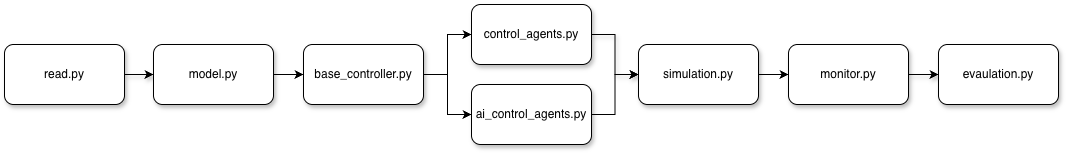
This is roadmap.png from arsiboo/production-flow-network-simulation, a draw.io export, as it was before one commit. Source tidied: cells renumbered, new cells last; positions are measured from the earlier drawing's top-left corner, leaving out a move shared by most shapes.
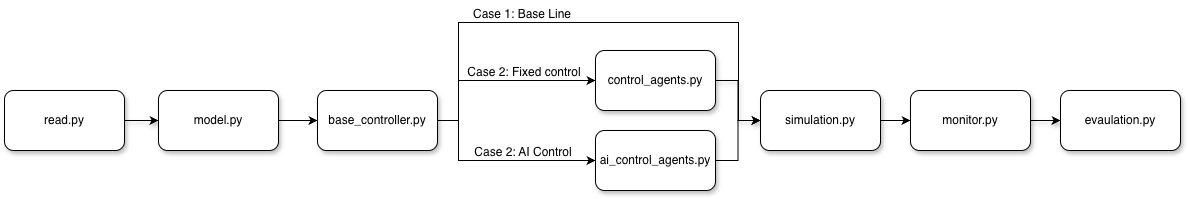
After the change.

Change to the diagram source:
```diff
@@ -6,49 +6,78 @@
       <mxGeometry relative="1" as="geometry" />
     </mxCell>
     <mxCell id="3" value="read.py" style="rounded=1;whiteSpace=wrap;html=1;shadow=1;" parent="1" vertex="1">
-      <mxGeometry y="40" width="120" height="60" as="geometry" />
+      <mxGeometry y="58" width="120" height="60" as="geometry" />
     </mxCell>
     <mxCell id="4" style="edgeStyle=orthogonalEdgeStyle;rounded=0;jettySize=auto;html=1;" parent="1" edge="1" source="5" target="17">
       <mxGeometry relative="1" as="geometry" />
     </mxCell>
     <mxCell id="5" value="model.py" style="rounded=1;whiteSpace=wrap;html=1;shadow=1;" parent="1" vertex="1">
-      <mxGeometry x="149" y="40" width="120" height="60" as="geometry" />
+      <mxGeometry x="154" y="58" width="120" height="60" as="geometry" />
     </mxCell>
     <mxCell id="6" style="edgeStyle=orthogonalEdgeStyle;rounded=0;jettySize=auto;html=1;shadow=1;" parent="1" edge="1" source="7" target="11">
       <mxGeometry relative="1" as="geometry" />
     </mxCell>
     <mxCell id="7" value="control_agents.py" style="whiteSpace=wrap;html=1;rounded=1;shadow=1;" parent="1" vertex="1">
-      <mxGeometry x="467" width="120" height="60" as="geometry" />
+      <mxGeometry x="591" y="18" width="120" height="60" as="geometry" />
     </mxCell>
     <mxCell id="8" style="edgeStyle=orthogonalEdgeStyle;rounded=0;jettySize=auto;html=1;exitX=1;exitY=0.5;exitDx=0;exitDy=0;entryX=0;entryY=0.5;entryDx=0;entryDy=0;" parent="1" edge="1" source="9" target="11">
       <mxGeometry relative="1" as="geometry" />
     </mxCell>
     <mxCell id="9" value="ai_control_agents.py" style="whiteSpace=wrap;html=1;rounded=1;shadow=1;" parent="1" vertex="1">
-      <mxGeometry x="467" y="80" width="120" height="60" as="geometry" />
+      <mxGeometry x="591" y="98" width="120" height="60" as="geometry" />
     </mxCell>
     <mxCell id="10" style="edgeStyle=orthogonalEdgeStyle;rounded=0;jettySize=auto;html=1;" parent="1" edge="1" source="11" target="13">
       <mxGeometry relative="1" as="geometry" />
     </mxCell>
     <mxCell id="11" value="simulation.py" style="whiteSpace=wrap;html=1;rounded=1;shadow=1;" parent="1" vertex="1">
-      <mxGeometry x="634" y="40" width="120" height="60" as="geometry" />
+      <mxGeometry x="756" y="58" width="120" height="60" as="geometry" />
     </mxCell>
     <mxCell id="12" style="edgeStyle=orthogonalEdgeStyle;rounded=0;jettySize=auto;html=1;shadow=1;" parent="1" edge="1" source="13" target="14">
       <mxGeometry relative="1" as="geometry" />
     </mxCell>
     <mxCell id="13" value="monitor.py" style="whiteSpace=wrap;html=1;rounded=1;shadow=1;" parent="1" vertex="1">
-      <mxGeometry x="784" y="40" width="120" height="60" as="geometry" />
+      <mxGeometry x="906" y="58" width="120" height="60" as="geometry" />
     </mxCell>
     <mxCell id="14" value="evaulation.py" style="whiteSpace=wrap;html=1;rounded=1;shadow=1;" parent="1" vertex="1">
-      <mxGeometry x="934" y="40" width="120" height="60" as="geometry" />
+      <mxGeometry x="1056" y="58" width="120" height="60" as="geometry" />
     </mxCell>
-    <mxCell id="15" style="edgeStyle=orthogonalEdgeStyle;rounded=0;jettySize=auto;html=1;exitX=1;exitY=0.5;exitDx=0;exitDy=0;entryX=0;entryY=0.5;entryDx=0;entryDy=0;" parent="1" edge="1" source="17" target="7">
-      <mxGeometry relative="1" as="geometry" />
+    <mxCell id="15" style="edgeStyle=orthogonalEdgeStyle;rounded=0;jettySize=auto;html=1;entryX=0;entryY=0.5;entryDx=0;entryDy=0;" parent="1" edge="1" source="17" target="7">
+      <mxGeometry relative="1" as="geometry">
+        <Array as="points">
+          <mxPoint x="454" y="88" />
+          <mxPoint x="454" y="48" />
+        </Array>
+      </mxGeometry>
     </mxCell>
     <mxCell id="16" style="edgeStyle=orthogonalEdgeStyle;rounded=0;jettySize=auto;html=1;exitX=1;exitY=0.5;exitDx=0;exitDy=0;entryX=0;entryY=0.5;entryDx=0;entryDy=0;" parent="1" edge="1" source="17" target="9">
-      <mxGeometry relative="1" as="geometry" />
+      <mxGeometry relative="1" as="geometry">
+        <Array as="points">
+          <mxPoint x="454" y="88" />
+          <mxPoint x="454" y="128" />
+        </Array>
+      </mxGeometry>
     </mxCell>
+    <mxCell id="18" style="edgeStyle=orthogonalEdgeStyle;rounded=0;jettySize=auto;html=1;exitX=1;exitY=0.5;exitDx=0;exitDy=0;entryX=0;entryY=0.5;entryDx=0;entryDy=0;" parent="1" edge="1" source="17" target="11">
+      <mxGeometry relative="1" as="geometry">
+        <Array as="points">
+          <mxPoint x="454" y="88" />
+          <mxPoint x="454" y="-10" />
+          <mxPoint x="734" y="-10" />
+          <mxPoint x="734" y="88" />
+        </Array>
+      </mxGeometry>
+    </mxCell>
     <mxCell id="17" value="base_controller.py" style="rounded=1;whiteSpace=wrap;html=1;shadow=1;" parent="1" vertex="1">
-      <mxGeometry x="299" y="40" width="120" height="60" as="geometry" />
+      <mxGeometry x="313" y="58" width="120" height="60" as="geometry" />
     </mxCell>
+    <mxCell id="19" value="Case 1: Base Line" style="text;html=1;whiteSpace=wrap;strokeColor=none;fillColor=none;align=center;verticalAlign=middle;rounded=0;" parent="1" vertex="1">
+      <mxGeometry x="463" y="-33" width="110" height="30" as="geometry" />
+    </mxCell>
+    <mxCell id="20" value="Case 2: Fixed control" style="text;html=1;whiteSpace=wrap;strokeColor=none;fillColor=none;align=center;verticalAlign=middle;rounded=0;" parent="1" vertex="1">
+      <mxGeometry x="455" y="25" width="130" height="30" as="geometry" />
+    </mxCell>
+    <mxCell id="21" value="Case 2: AI Control" style="text;html=1;whiteSpace=wrap;strokeColor=none;fillColor=none;align=center;verticalAlign=middle;rounded=0;" parent="1" vertex="1">
+      <mxGeometry x="464" y="105" width="110" height="30" as="geometry" />
+    </mxCell>
   </root>
 </mxGraphModel>
```
